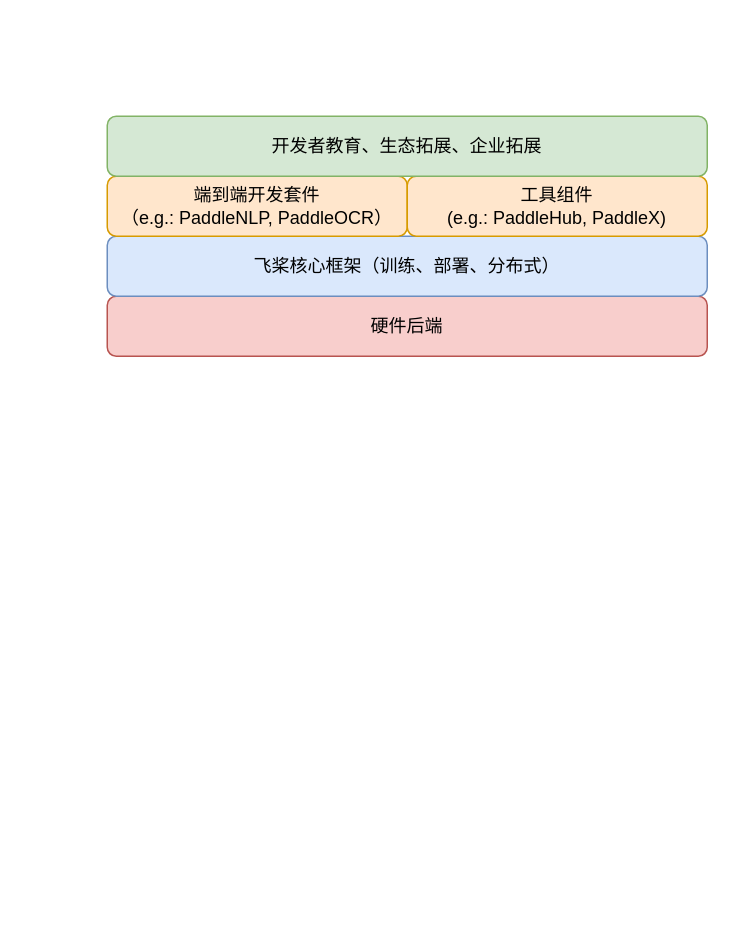
Earlier version of the draw.io diagram paddle_stack.drawio (jzhang533/mydrawings). Source tidied: cells renumbered, new cells numbered last; positions are measured from the earlier drawing's top-left corner, leaving out a move shared by most shapes. Both pictures are drawn from the tidied source at 150%, with x=0, y=0 at pixel (106, 116).
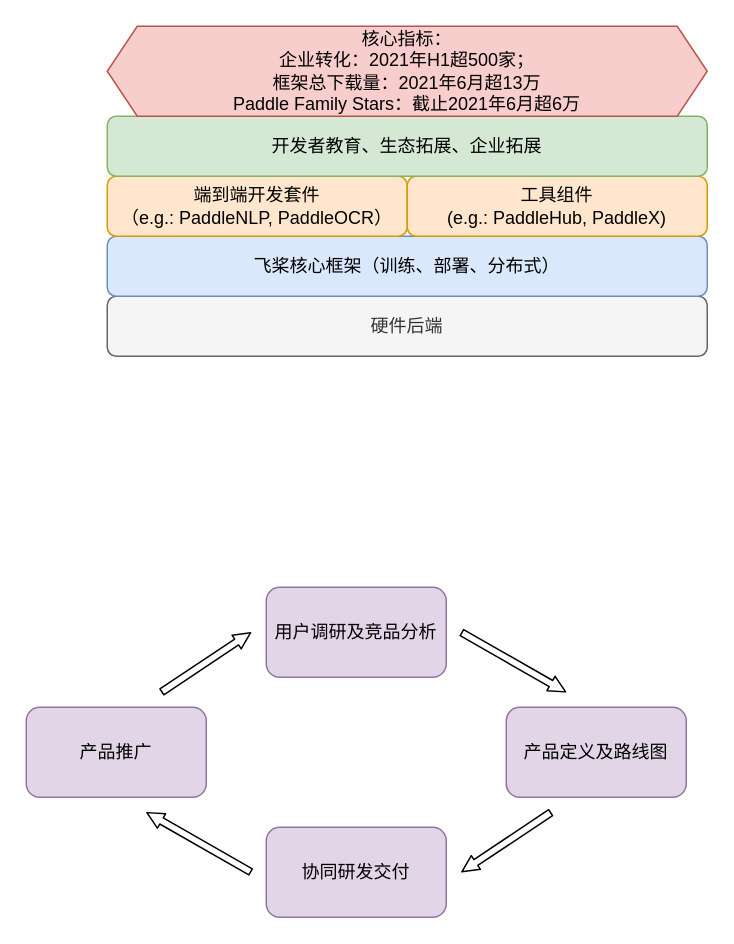
After the change.

Change to the diagram source:
```diff
@@
 <mxGraphModel>
   <root>
     <mxCell id="0" />
     <mxCell id="1" parent="0" />
-    <mxCell id="2" value="硬件后端" style="rounded=1;whiteSpace=wrap;html=1;fillColor=#f8cecc;strokeColor=#b85450;" parent="1" vertex="1">
+    <mxCell id="2" value="硬件后端" style="rounded=1;whiteSpace=wrap;html=1;fillColor=#f5f5f5;strokeColor=#666666;fontColor=#333333;" parent="1" vertex="1">
       <mxGeometry y="120" width="400" height="40" as="geometry" />
     </mxCell>
     <mxCell id="3" value="飞桨核心框架（训练、部署、分布式）" style="rounded=1;whiteSpace=wrap;html=1;fillColor=#dae8fc;strokeColor=#6c8ebf;" parent="1" vertex="1">
       <mxGeometry y="80" width="400" height="40" as="geometry" />
     </mxCell>
     <mxCell id="4" value="端到端开发套件&lt;br&gt;（e.g.: PaddleNLP, PaddleOCR）" style="rounded=1;whiteSpace=wrap;html=1;fillColor=#ffe6cc;strokeColor=#d79b00;" parent="1" vertex="1">
       <mxGeometry y="40" width="200" height="40" as="geometry" />
     </mxCell>
     <mxCell id="5" value="工具组件&lt;br&gt;(e.g.: PaddleHub, PaddleX)" style="rounded=1;whiteSpace=wrap;html=1;fillColor=#ffe6cc;strokeColor=#d79b00;" parent="1" vertex="1">
       <mxGeometry x="200" y="40" width="200" height="40" as="geometry" />
     </mxCell>
     <mxCell id="6" value="开发者教育、生态拓展、企业拓展" style="rounded=1;whiteSpace=wrap;html=1;fillColor=#d5e8d4;strokeColor=#82b366;" parent="1" vertex="1">
       <mxGeometry width="400" height="40" as="geometry" />
     </mxCell>
+    <mxCell id="7" value="核心指标：&lt;br&gt;企业转化：2021年H1超500家；&lt;br&gt;框架总下载量：2021年6月超13万&lt;br&gt;Paddle Family Stars：截止2021年6月超6万" style="shape=hexagon;perimeter=hexagonPerimeter2;whiteSpace=wrap;html=1;fixedSize=1;fillColor=#f8cecc;strokeColor=#b85450;" parent="1" vertex="1">
+      <mxGeometry y="-60" width="400" height="60" as="geometry" />
+    </mxCell>
+    <mxCell id="8" value="用户调研及竞品分析" style="rounded=1;whiteSpace=wrap;html=1;fillColor=#e1d5e7;strokeColor=#9673a6;" parent="1" vertex="1">
+      <mxGeometry x="106" y="314" width="120" height="60" as="geometry" />
+    </mxCell>
+    <mxCell id="9" value="产品定义及路线图" style="rounded=1;whiteSpace=wrap;html=1;fillColor=#e1d5e7;strokeColor=#9673a6;" parent="1" vertex="1">
+      <mxGeometry x="266" y="394" width="120" height="60" as="geometry" />
+    </mxCell>
+    <mxCell id="10" value="协同研发交付" style="rounded=1;whiteSpace=wrap;html=1;fillColor=#e1d5e7;strokeColor=#9673a6;" parent="1" vertex="1">
+      <mxGeometry x="106" y="474" width="120" height="60" as="geometry" />
+    </mxCell>
+    <mxCell id="11" value="产品推广" style="rounded=1;whiteSpace=wrap;html=1;fillColor=#e1d5e7;strokeColor=#9673a6;" parent="1" vertex="1">
+      <mxGeometry x="-54" y="394" width="120" height="60" as="geometry" />
+    </mxCell>
+    <mxCell id="12" style="shape=flexArrow;endArrow=classic;html=1;width=4.697986577181208;endSize=3.4013422818791947;endWidth=5.2754380433313806;" parent="1" edge="1">
+      <mxGeometry relative="1" as="geometry">
+        <mxPoint x="236" y="344" as="sourcePoint" />
+        <mxPoint x="306" y="384" as="targetPoint" />
+      </mxGeometry>
+    </mxCell>
+    <mxCell id="13" style="shape=flexArrow;endArrow=classic;html=1;width=4.697986577181208;endSize=3.4013422818791947;endWidth=5.2754380433313806;" parent="1" edge="1">
+      <mxGeometry relative="1" as="geometry">
+        <mxPoint x="296" y="464" as="sourcePoint" />
+        <mxPoint x="236" y="504" as="targetPoint" />
+      </mxGeometry>
+    </mxCell>
+    <mxCell id="14" style="shape=flexArrow;endArrow=classic;html=1;width=4.697986577181208;endSize=3.4013422818791947;endWidth=5.2754380433313806;" parent="1" edge="1">
+      <mxGeometry relative="1" as="geometry">
+        <mxPoint x="96" y="504" as="sourcePoint" />
+        <mxPoint x="26" y="464" as="targetPoint" />
+      </mxGeometry>
+    </mxCell>
+    <mxCell id="15" style="shape=flexArrow;endArrow=classic;html=1;width=4.697986577181208;endSize=3.4013422818791947;endWidth=5.2754380433313806;" parent="1" edge="1">
+      <mxGeometry relative="1" as="geometry">
+        <mxPoint x="36" y="384" as="sourcePoint" />
+        <mxPoint x="96" y="344" as="targetPoint" />
+      </mxGeometry>
+    </mxCell>
   </root>
 </mxGraphModel>
```
